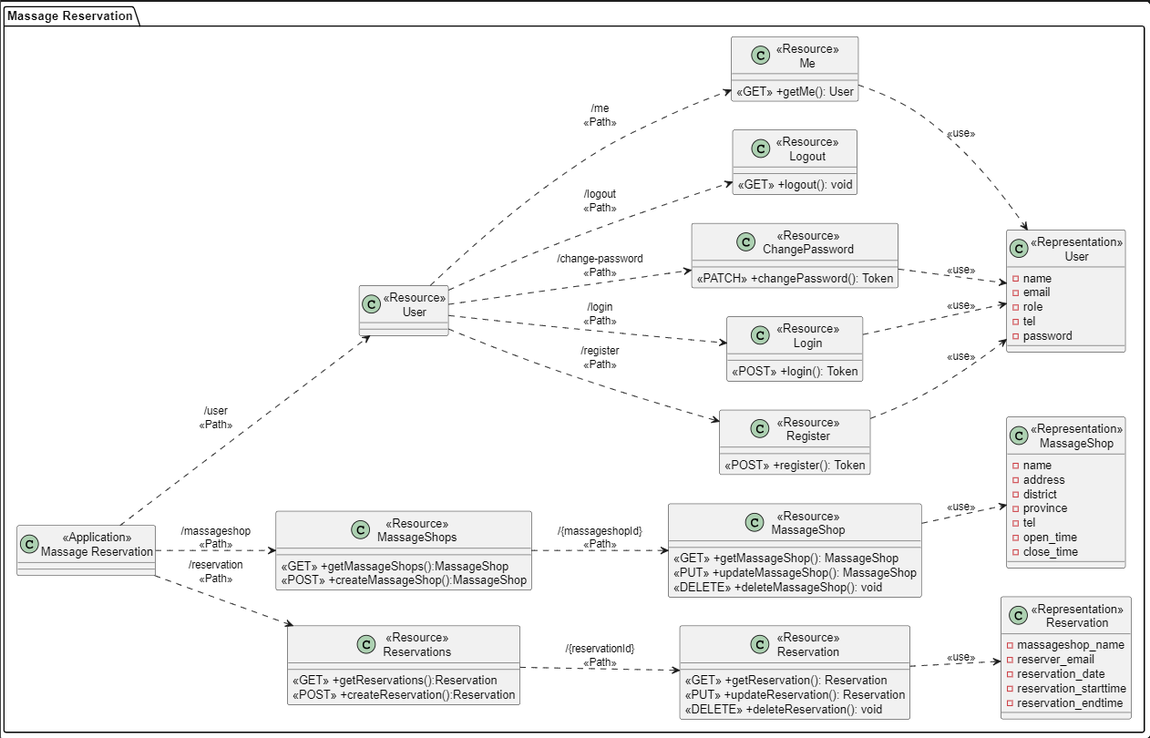
Above: docs/ClassDiagram.png in naphattar/MassageReservationSystem (PlantUML), before the change. Its source is kept beside it as docs/ClassDiagram.puml.
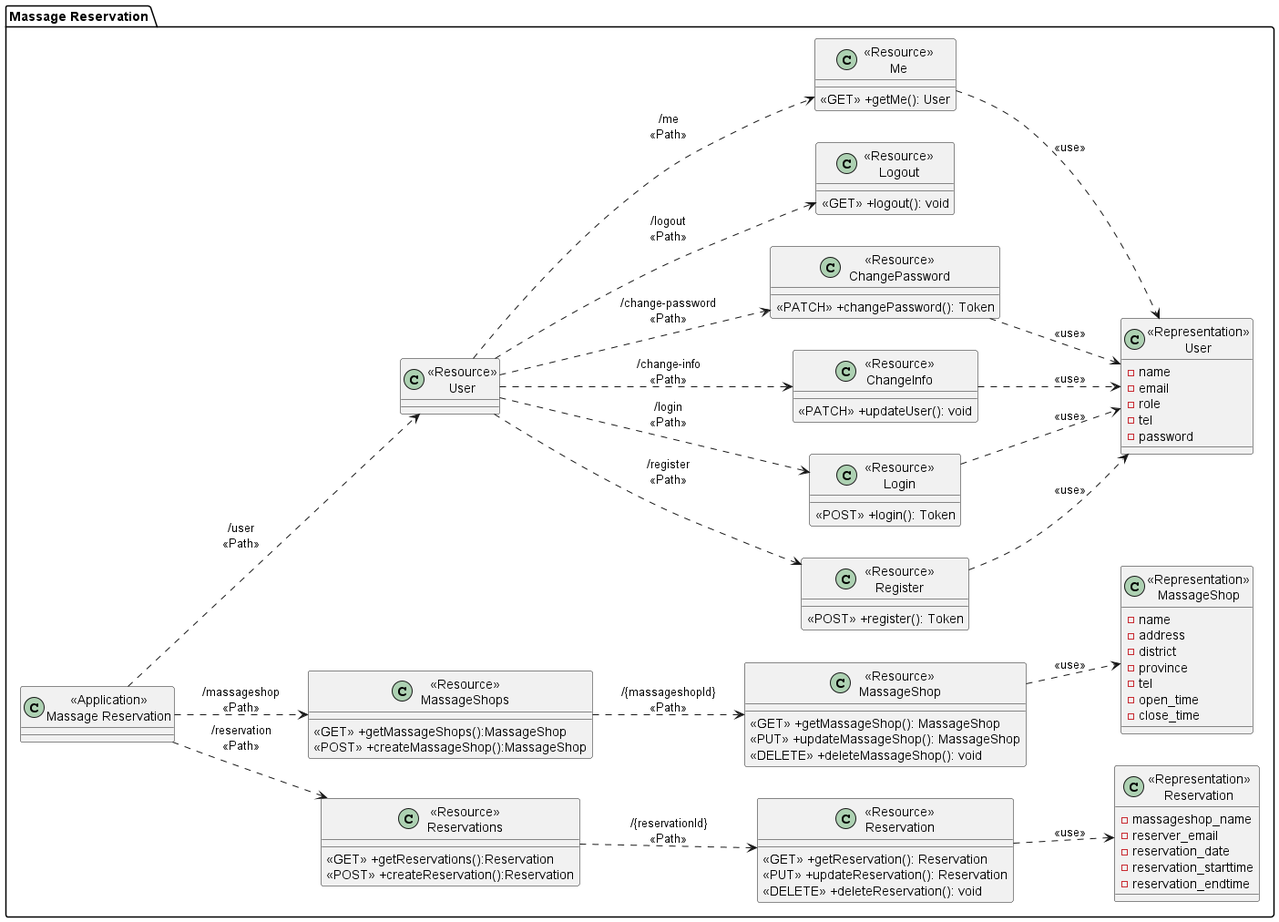
The same file after the commit.

Commit message:
docs(docs): :memo: update Class diagram

Diff of the diagram source:
```diff
@@ -55,6 +55,10 @@
         <<POST>> +login(): Token
     }
 
+     class "<<Resource>>\nChangeInfo" as ResourceChangeInfo{
+        <<PATCH>> +updateUser(): void
+    }
+
     class "<<Resource>>\nChangePassword" as ResourceChangePassword{
         <<PATCH>> +changePassword(): Token
     }
@@ -82,6 +86,8 @@
 ResourceRegister ..> RepresentationUser: "<<use>>"
 ResourceUser ..> ResourceLogin:"/login\n<<Path>>"
 ResourceLogin ..> RepresentationUser: "<<use>>"
+ResourceUser ..> ResourceChangeInfo:"/change-info\n<<Path>>"
+ResourceChangeInfo..> RepresentationUser: "<<use>>"
 ResourceUser ..> ResourceChangePassword:"/change-password\n<<Path>>"
 ResourceChangePassword ..> RepresentationUser: "<<use>>"
 ResourceUser ..> ResourceMe:"/me\n<<Path>>"
```
